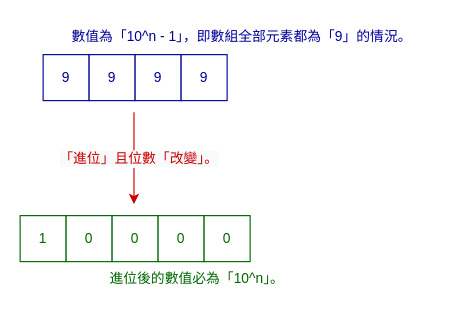
The draw.io diagram page "第 2 页" (2 of 2) of docs/0066_plus_one.drawio in rickbsr/example-leetcode, before the edit. Source tidied: cells renumbered, new cells numbered last; positions are measured from the earlier drawing's top-left corner, leaving out a move shared by most shapes. Both pictures are drawn from the tidied source at 115%, with x=0, y=0 at pixel (20, 20).
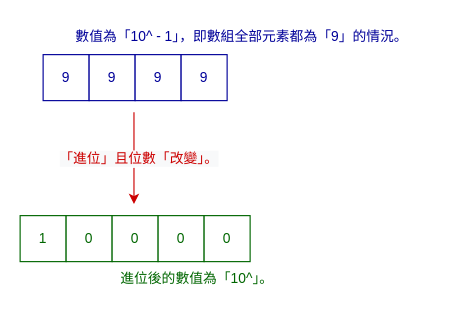
The same diagram, later.

Change to the diagram source:
```diff
@@
 <mxGraphModel>
   <root>
     <mxCell id="0" />
     <mxCell id="1" parent="0" />
     <mxCell id="2" value="9" style="rounded=0;whiteSpace=wrap;html=1;fontColor=#000099;strokeColor=#000099;" parent="1" vertex="1">
       <mxGeometry x="20" y="30" width="40" height="40" as="geometry" />
     </mxCell>
     <mxCell id="3" value="9" style="rounded=0;whiteSpace=wrap;html=1;fontColor=#000099;strokeColor=#000099;" parent="1" vertex="1">
       <mxGeometry x="60" y="30" width="40" height="40" as="geometry" />
     </mxCell>
     <mxCell id="4" value="9" style="rounded=0;whiteSpace=wrap;html=1;fontColor=#000099;strokeColor=#000099;" parent="1" vertex="1">
       <mxGeometry x="100" y="30" width="40" height="40" as="geometry" />
     </mxCell>
     <mxCell id="5" value="9" style="rounded=0;whiteSpace=wrap;html=1;fontColor=#000099;strokeColor=#000099;" parent="1" vertex="1">
       <mxGeometry x="140" y="30" width="40" height="40" as="geometry" />
     </mxCell>
     <mxCell id="6" style="endArrow=classic;html=1;rounded=0;strokeColor=#CC0000;" parent="1" edge="1">
       <mxGeometry relative="1" as="geometry">
         <mxPoint x="99" y="80" as="sourcePoint" />
         <mxPoint x="99" y="160" as="targetPoint" />
       </mxGeometry>
     </mxCell>
     <mxCell id="7" value="&lt;span style=&quot;font-size: 12px; background-color: rgb(248, 249, 250);&quot;&gt;「進位」且位數「改變」。&lt;/span&gt;" style="edgeLabel;html=1;align=center;verticalAlign=middle;fontColor=#CC0000;" parent="6" vertex="1">
       <mxGeometry x="-0.01" y="3" relative="1" as="geometry" />
     </mxCell>
     <mxCell id="8" value="1" style="rounded=0;whiteSpace=wrap;html=1;strokeColor=#006600;fontColor=#006600;" parent="1" vertex="1">
       <mxGeometry y="170" width="40" height="40" as="geometry" />
     </mxCell>
     <mxCell id="9" value="0" style="rounded=0;whiteSpace=wrap;html=1;strokeColor=#006600;fontColor=#006600;" parent="1" vertex="1">
       <mxGeometry x="40" y="170" width="40" height="40" as="geometry" />
     </mxCell>
     <mxCell id="10" value="0" style="rounded=0;whiteSpace=wrap;html=1;strokeColor=#006600;fontColor=#006600;" parent="1" vertex="1">
       <mxGeometry x="80" y="170" width="40" height="40" as="geometry" />
     </mxCell>
     <mxCell id="11" value="0" style="rounded=0;whiteSpace=wrap;html=1;strokeColor=#006600;fontColor=#006600;" parent="1" vertex="1">
       <mxGeometry x="120" y="170" width="40" height="40" as="geometry" />
     </mxCell>
     <mxCell id="12" value="0" style="rounded=0;whiteSpace=wrap;html=1;strokeColor=#006600;fontColor=#006600;" parent="1" vertex="1">
       <mxGeometry x="160" y="170" width="40" height="40" as="geometry" />
     </mxCell>
-    <mxCell id="13" value="&lt;font color=&quot;#000099&quot;&gt;數值為「10^n - 1」，即數組全部元素都為「9」的情況。&lt;/font&gt;" style="text;html=1;strokeColor=none;fillColor=none;align=center;verticalAlign=middle;whiteSpace=wrap;rounded=0;fontColor=#CC0000;" parent="1" vertex="1">
+    <mxCell id="13" value="&lt;font color=&quot;#000099&quot;&gt;數值為「10^ - 1」，即數組全部元素都為「9」的情況。&lt;/font&gt;" style="text;html=1;strokeColor=none;fillColor=none;align=center;verticalAlign=middle;whiteSpace=wrap;rounded=0;fontColor=#CC0000;" parent="1" vertex="1">
       <mxGeometry x="30" width="326" height="30" as="geometry" />
     </mxCell>
-    <mxCell id="14" value="&lt;font&gt;進位後的數值必為「10^n」。&lt;/font&gt;" style="text;html=1;strokeColor=none;fillColor=none;align=center;verticalAlign=middle;whiteSpace=wrap;rounded=0;fontColor=#006600;" parent="1" vertex="1">
+    <mxCell id="14" value="&lt;font&gt;進位後的數值為「10^」。&lt;/font&gt;" style="text;html=1;strokeColor=none;fillColor=none;align=center;verticalAlign=middle;whiteSpace=wrap;rounded=0;fontColor=#006600;" parent="1" vertex="1">
       <mxGeometry x="71" y="210" width="166" height="30" as="geometry" />
     </mxCell>
   </root>
 </mxGraphModel>
```
